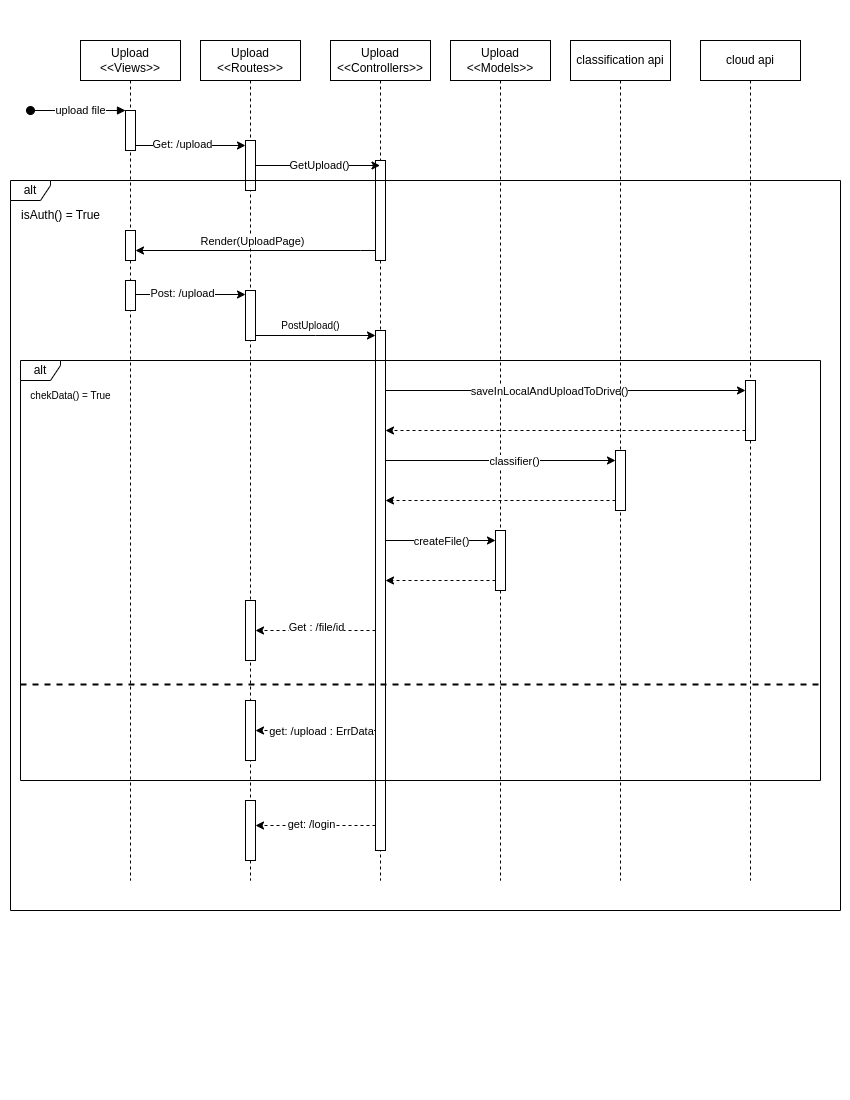
The draw.io diagram seq diagram/upload file seq.png in AyoubCherguelaine/Drive-app, before a commit. Source tidied: cells renumbered, new cells last; positions are measured from the earlier drawing's top-left corner, leaving out a move shared by most shapes.
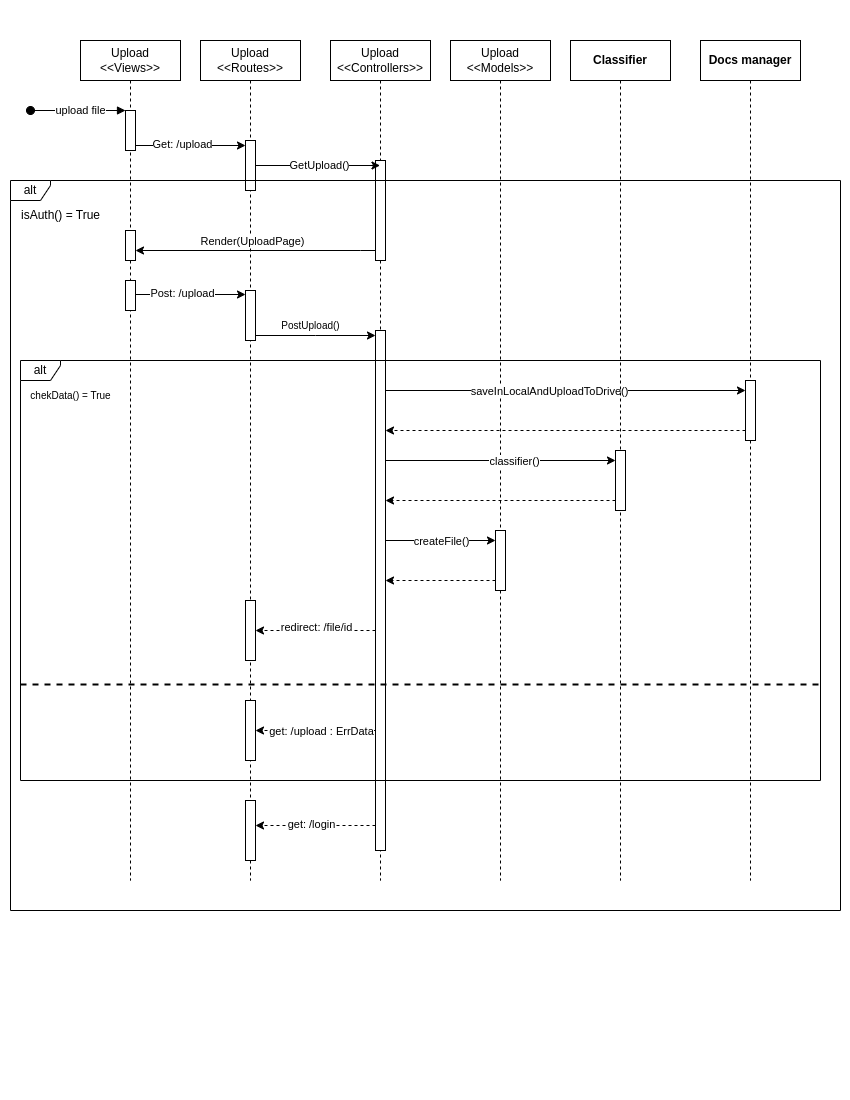
The same diagram one commit later.

Change to the diagram source:
```diff
@@ -107,7 +107,7 @@
     <mxCell id="32" value="&lt;font size=&quot;1&quot;&gt;chekData() = True&lt;/font&gt;" style="text;html=1;align=center;verticalAlign=middle;strokeColor=none;fillColor=none;strokeWidth=2;" parent="1" vertex="1">
       <mxGeometry x="10" y="340" width="100" height="30" as="geometry" />
     </mxCell>
-    <mxCell id="33" value="cloud api" style="shape=umlLifeline;perimeter=lifelinePerimeter;whiteSpace=wrap;html=1;newEdgeStyle={&quot;edgeStyle&quot;:&quot;elbowEdgeStyle&quot;,&quot;elbow&quot;:&quot;vertical&quot;,&quot;curved&quot;:0,&quot;rounded&quot;:0};" parent="1" vertex="1">
+    <mxCell id="33" value="&lt;b style=&quot;border-color: var(--border-color);&quot;&gt;Docs manager&lt;/b&gt;" style="shape=umlLifeline;perimeter=lifelinePerimeter;whiteSpace=wrap;html=1;newEdgeStyle={&quot;edgeStyle&quot;:&quot;elbowEdgeStyle&quot;,&quot;elbow&quot;:&quot;vertical&quot;,&quot;curved&quot;:0,&quot;rounded&quot;:0};" parent="1" vertex="1">
       <mxGeometry x="690" width="100" height="840" as="geometry" />
     </mxCell>
     <mxCell id="34" style="html=1;points=[];perimeter=orthogonalPerimeter;outlineConnect=0;targetShapes=umlLifeline;portConstraint=eastwest;newEdgeStyle={&quot;edgeStyle&quot;:&quot;elbowEdgeStyle&quot;,&quot;elbow&quot;:&quot;vertical&quot;,&quot;curved&quot;:0,&quot;rounded&quot;:0};" parent="33" vertex="1">
@@ -131,7 +131,7 @@
         </Array>
       </mxGeometry>
     </mxCell>
-    <mxCell id="38" value="classification api" style="shape=umlLifeline;perimeter=lifelinePerimeter;whiteSpace=wrap;html=1;newEdgeStyle={&quot;edgeStyle&quot;:&quot;elbowEdgeStyle&quot;,&quot;elbow&quot;:&quot;vertical&quot;,&quot;curved&quot;:0,&quot;rounded&quot;:0};" parent="1" vertex="1">
+    <mxCell id="38" value="&lt;b style=&quot;border-color: var(--border-color);&quot;&gt;Classifier&lt;/b&gt;" style="shape=umlLifeline;perimeter=lifelinePerimeter;whiteSpace=wrap;html=1;newEdgeStyle={&quot;edgeStyle&quot;:&quot;elbowEdgeStyle&quot;,&quot;elbow&quot;:&quot;vertical&quot;,&quot;curved&quot;:0,&quot;rounded&quot;:0};" parent="1" vertex="1">
       <mxGeometry x="560" width="100" height="840" as="geometry" />
     </mxCell>
     <mxCell id="39" style="html=1;points=[];perimeter=orthogonalPerimeter;outlineConnect=0;targetShapes=umlLifeline;portConstraint=eastwest;newEdgeStyle={&quot;edgeStyle&quot;:&quot;elbowEdgeStyle&quot;,&quot;elbow&quot;:&quot;vertical&quot;,&quot;curved&quot;:0,&quot;rounded&quot;:0};" parent="38" vertex="1">
@@ -176,7 +176,7 @@
     <mxCell id="46" style="edgeStyle=elbowEdgeStyle;rounded=0;jettySize=auto;html=1;elbow=vertical;curved=0;dashed=1;" parent="1" edge="1" source="15" target="11">
       <mxGeometry relative="1" as="geometry" />
     </mxCell>
-    <mxCell id="47" value="Get : /file/id" style="edgeLabel;html=1;align=center;verticalAlign=middle;" parent="1" vertex="1">
+    <mxCell id="47" value="redirect: /file/id" style="edgeLabel;html=1;align=center;verticalAlign=middle;" parent="1" vertex="1">
       <mxGeometry x="350" y="570" as="geometry">
         <mxPoint x="-45" y="16" as="offset" />
       </mxGeometry>
```
